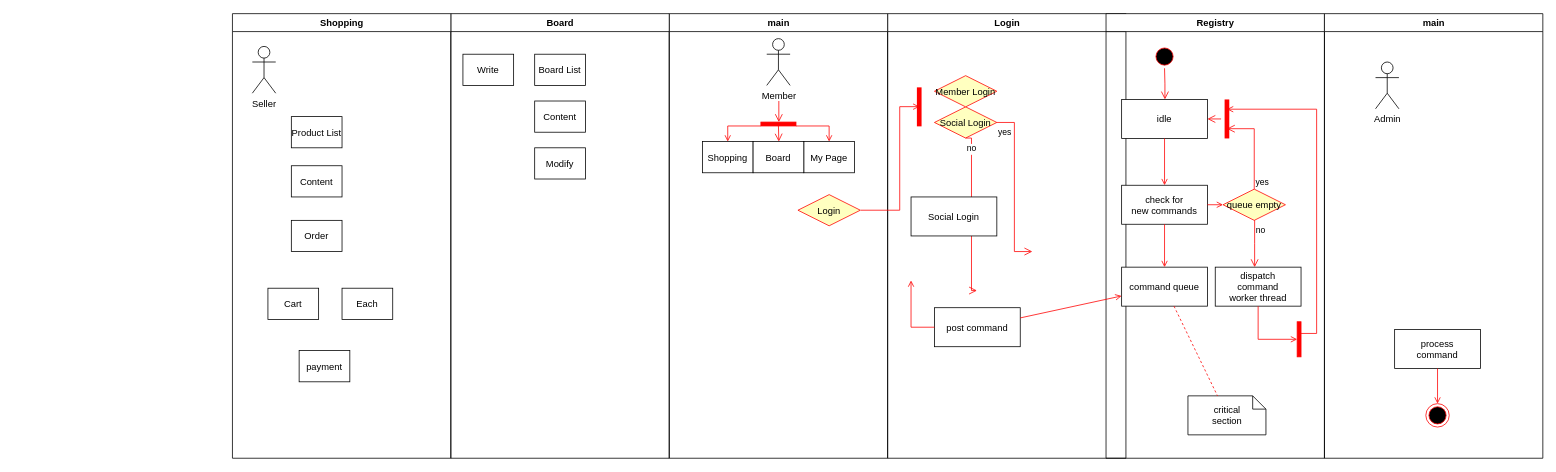
Before: DBWebDev/UML.drawio in roqhdehd502/WebDev, a draw.io diagram. Source tidied: cells renumbered, new cells numbered last; positions are measured from the earlier drawing's top-left corner, leaving out a move shared by most shapes. Both pictures are drawn from the tidied source at 78%, with x=0, y=0 at pixel (232, 13).
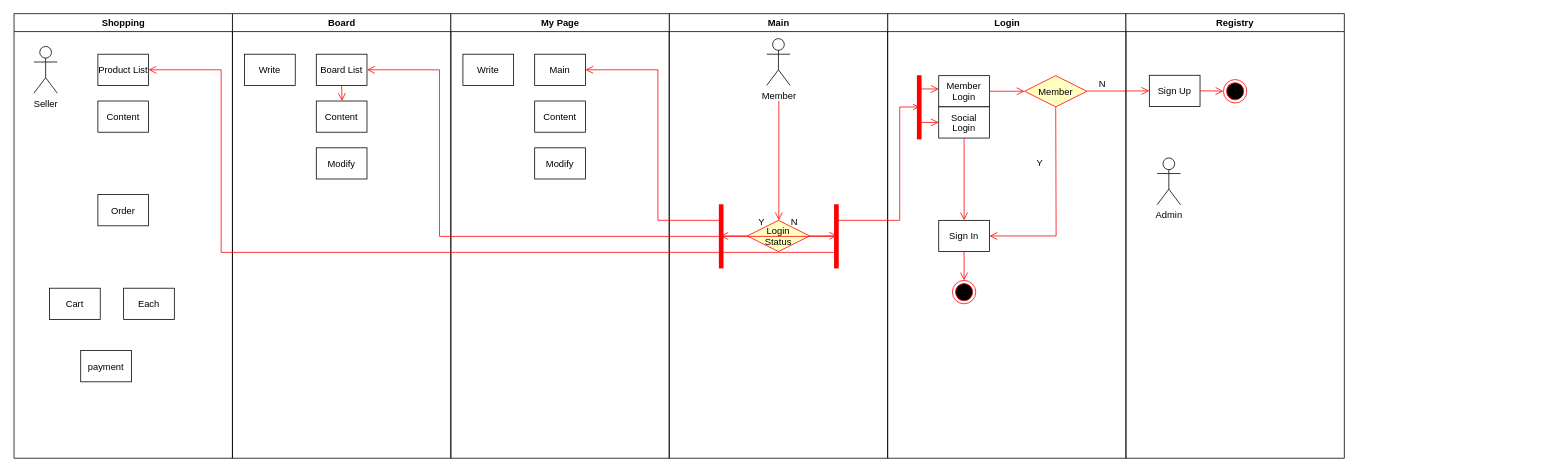
The same diagram, later.

Unchanged cells that the change refers to:
```xml
<mxCell id="2" value="Login" style="swimlane;whiteSpace=wrap;" parent="1" vertex="1">
  <mxGeometry x="840.5" width="305.5" height="570" as="geometry" />
</mxCell>
<mxCell id="49" value="Board List" parent="48" vertex="1">
  <mxGeometry x="107.5" y="52" width="65" height="40" as="geometry" />
</mxCell>
<mxCell id="50" value="Content" parent="48" vertex="1">
  <mxGeometry x="107.5" y="112" width="65" height="40" as="geometry" />
</mxCell>
```

What changed in the source:
```diff
@@
-    <mxCell id="3" value="post command" parent="2" vertex="1">
-      <mxGeometry x="60" y="377" width="110" height="50" as="geometry" />
-    </mxCell>
-    <mxCell id="4" style="edgeStyle=elbowEdgeStyle;elbow=horizontal;strokeColor=#FF0000;endArrow=open;endFill=1;rounded=0;" parent="2" edge="1" source="3">
-      <mxGeometry relative="1" as="geometry">
-        <mxPoint x="30.5" y="342" as="targetPoint" />
-        <Array as="points">
-          <mxPoint x="30" y="302" />
-        </Array>
-      </mxGeometry>
-    </mxCell>
-    <mxCell id="5" value="Social Login" style="rhombus;fillColor=#ffffc0;strokeColor=#ff0000;" parent="2" vertex="1">
-      <mxGeometry x="60" y="119.5" width="80" height="40" as="geometry" />
-    </mxCell>
-    <mxCell id="6" value="no" style="edgeStyle=elbowEdgeStyle;elbow=horizontal;align=left;verticalAlign=top;endArrow=open;endSize=8;strokeColor=#FF0000;endFill=1;rounded=0;exitX=0.5;exitY=1;exitDx=0;exitDy=0;" parent="2" edge="1" source="5">
-      <mxGeometry x="-1" relative="1" as="geometry">
-        <mxPoint x="114.5" y="355" as="targetPoint" />
-      </mxGeometry>
-    </mxCell>
-    <mxCell id="7" value="Member Login" style="rhombus;fillColor=#ffffc0;strokeColor=#ff0000;" parent="2" vertex="1">
-      <mxGeometry x="60" y="79.5" width="80" height="40" as="geometry" />
+    <mxCell id="7" value="Member" style="rhombus;fillColor=#ffffc0;strokeColor=#ff0000;" parent="2" vertex="1">
+      <mxGeometry x="175.5" y="79.5" width="80" height="40" as="geometry" />
     </mxCell>
     <mxCell id="8" style="shape=line;strokeWidth=6;strokeColor=#ff0000;rotation=90;" parent="2" vertex="1">
-      <mxGeometry x="15.5" y="112" width="50" height="15" as="geometry" />
+      <mxGeometry x="-0.6" y="112.6" width="82.2" height="15" as="geometry" />
     </mxCell>
-    <mxCell id="9" value="Social Login" parent="2" vertex="1">
-      <mxGeometry x="30" y="235" width="110" height="50" as="geometry" />
-    </mxCell>
+    <mxCell id="62" value="Member&#10;Login" parent="2" vertex="1">
+      <mxGeometry x="65.5" y="79.5" width="65" height="40" as="geometry" />
+    </mxCell>
+    <mxCell id="63" value="Social&#10;Login" parent="2" vertex="1">
+      <mxGeometry x="65.5" y="119.5" width="65" height="40" as="geometry" />
+    </mxCell>
+    <mxCell id="64" style="edgeStyle=elbowEdgeStyle;elbow=horizontal;verticalAlign=bottom;endArrow=open;endSize=8;strokeColor=#FF0000;endFill=1;rounded=0;entryX=0.001;entryY=0.429;entryDx=0;entryDy=0;entryPerimeter=0;exitX=0.213;exitY=0.527;exitDx=0;exitDy=0;exitPerimeter=0;" parent="2" edge="1" source="8" target="62">
+      <mxGeometry x="71" y="-196" as="geometry">
+        <Array as="points">
+          <mxPoint x="48" y="92" />
+        </Array>
+      </mxGeometry>
+    </mxCell>
+    <mxCell id="65" style="edgeStyle=elbowEdgeStyle;elbow=horizontal;verticalAlign=bottom;endArrow=open;endSize=8;strokeColor=#FF0000;endFill=1;rounded=0;entryX=0;entryY=0.5;entryDx=0;entryDy=0;exitX=0.735;exitY=0.574;exitDx=0;exitDy=0;exitPerimeter=0;" parent="2" edge="1" source="8" target="63">
+      <mxGeometry x="-83.5" y="-314" as="geometry">
+        <Array as="points">
+          <mxPoint x="46" y="132" />
+        </Array>
+      </mxGeometry>
+    </mxCell>
+    <mxCell id="66" style="edgeStyle=elbowEdgeStyle;elbow=horizontal;verticalAlign=bottom;endArrow=open;endSize=8;strokeColor=#FF0000;endFill=1;rounded=0;entryX=0;entryY=0.5;entryDx=0;entryDy=0;exitX=1;exitY=0.5;exitDx=0;exitDy=0;" parent="2" edge="1" source="62" target="7">
+      <mxGeometry x="-83.5" y="-314" as="geometry">
+        <Array as="points">
+          <mxPoint x="165.5" y="112" />
+        </Array>
+      </mxGeometry>
+    </mxCell>
+    <mxCell id="67" style="edgeStyle=elbowEdgeStyle;elbow=horizontal;verticalAlign=bottom;endArrow=open;endSize=8;strokeColor=#FF0000;endFill=1;rounded=0;exitX=1;exitY=0.5;exitDx=0;exitDy=0;" parent="2" edge="1">
+      <mxGeometry x="-123" y="-442.3" as="geometry">
+        <mxPoint x="255.5" y="99.2" as="sourcePoint" />
+        <mxPoint x="335.5" y="99" as="targetPoint" />
+        <Array as="points">
+          <mxPoint x="290.5" y="111.7" />
+        </Array>
+      </mxGeometry>
+    </mxCell>
+    <mxCell id="68" value="Sign In" parent="2" vertex="1">
+      <mxGeometry x="65.5" y="265" width="65" height="40" as="geometry" />
+    </mxCell>
+    <mxCell id="69" style="ellipse;shape=endState;fillColor=#000000;strokeColor=#ff0000;" parent="2" vertex="1">
+      <mxGeometry x="83" y="342" width="30" height="30" as="geometry" />
+    </mxCell>
+    <mxCell id="70" style="edgeStyle=elbowEdgeStyle;elbow=horizontal;verticalAlign=bottom;endArrow=open;endSize=8;strokeColor=#FF0000;endFill=1;rounded=0;entryX=0.5;entryY=0;entryDx=0;entryDy=0;exitX=0.5;exitY=1;exitDx=0;exitDy=0;" parent="2" edge="1" source="68" target="69">
+      <mxGeometry x="-238" y="-432" as="geometry">
+        <Array as="points">
+          <mxPoint x="98" y="322" />
+        </Array>
+      </mxGeometry>
+    </mxCell>
+    <mxCell id="71" style="edgeStyle=elbowEdgeStyle;elbow=horizontal;verticalAlign=bottom;endArrow=open;endSize=8;strokeColor=#FF0000;endFill=1;rounded=0;entryX=0.5;entryY=0;entryDx=0;entryDy=0;exitX=0.5;exitY=1;exitDx=0;exitDy=0;" parent="2" edge="1" source="63" target="68">
+      <mxGeometry x="-238" y="-432" as="geometry">
+        <Array as="points">
+          <mxPoint x="98" y="212" />
+        </Array>
+      </mxGeometry>
+    </mxCell>
+    <mxCell id="72" style="edgeStyle=elbowEdgeStyle;elbow=horizontal;verticalAlign=bottom;endArrow=open;endSize=8;strokeColor=#FF0000;endFill=1;rounded=0;entryX=1;entryY=0.5;entryDx=0;entryDy=0;exitX=0.5;exitY=1;exitDx=0;exitDy=0;" parent="2" edge="1" source="7" target="68">
+      <mxGeometry x="-392.5" y="-550" as="geometry">
+        <Array as="points">
+          <mxPoint x="216" y="202" />
+        </Array>
+      </mxGeometry>
+    </mxCell>
+    <mxCell id="73" value="N" style="text;html=1;strokeColor=none;fillColor=none;align=center;verticalAlign=middle;whiteSpace=wrap;rounded=0;" parent="2" vertex="1">
+      <mxGeometry x="255.5" y="79.5" width="40" height="20" as="geometry" />
+    </mxCell>
+    <mxCell id="74" value="Y" style="text;html=1;strokeColor=none;fillColor=none;align=center;verticalAlign=middle;whiteSpace=wrap;rounded=0;" parent="2" vertex="1">
+      <mxGeometry x="175.5" y="182" width="40" height="20" as="geometry" />
+    </mxCell>
     <mxCell id="10" value="Registry" style="swimlane;whiteSpace=wrap;" parent="1" vertex="1">
-      <mxGeometry x="1120.5" width="280" height="570" as="geometry" />
+      <mxGeometry x="1146" width="280" height="570" as="geometry" />
     </mxCell>
-    <mxCell id="11" style="ellipse;shape=startState;fillColor=#000000;strokeColor=#ff0000;" parent="10" vertex="1">
-      <mxGeometry x="60" y="40" width="30" height="30" as="geometry" />
-    </mxCell>
-    <mxCell id="12" style="edgeStyle=elbowEdgeStyle;elbow=horizontal;verticalAlign=bottom;endArrow=open;endSize=8;strokeColor=#FF0000;endFill=1;rounded=0;" parent="10" edge="1" source="11" target="13">
-      <mxGeometry x="40" y="20" as="geometry" />
-    </mxCell>
-    <mxCell id="13" value="idle" parent="10" vertex="1">
-      <mxGeometry x="20" y="110" width="110" height="50" as="geometry" />
-    </mxCell>
-    <mxCell id="14" value="check for &#10;new commands" parent="10" vertex="1">
-      <mxGeometry x="20" y="220" width="110" height="50" as="geometry" />
-    </mxCell>
-    <mxCell id="15" style="endArrow=open;strokeColor=#FF0000;endFill=1;rounded=0;" parent="10" edge="1" source="13" target="14">
-      <mxGeometry relative="1" as="geometry" />
-    </mxCell>
-    <mxCell id="16" value="command queue" parent="10" vertex="1">
-      <mxGeometry x="20" y="325" width="110" height="50" as="geometry" />
-    </mxCell>
-    <mxCell id="17" style="endArrow=open;strokeColor=#FF0000;endFill=1;rounded=0;" parent="10" edge="1" source="14" target="16">
-      <mxGeometry relative="1" as="geometry" />
-    </mxCell>
-    <mxCell id="18" value="queue empty" style="rhombus;fillColor=#ffffc0;strokeColor=#ff0000;" parent="10" vertex="1">
-      <mxGeometry x="150" y="225" width="80" height="40" as="geometry" />
-    </mxCell>
-    <mxCell id="19" value="yes" style="edgeStyle=elbowEdgeStyle;elbow=horizontal;align=left;verticalAlign=bottom;endArrow=open;endSize=8;strokeColor=#FF0000;exitX=0.5;exitY=0;endFill=1;rounded=0;entryX=0.75;entryY=0.5;entryPerimeter=0;" parent="10" edge="1" source="18" target="22">
-      <mxGeometry x="-1" relative="1" as="geometry">
-        <Array as="points">
-          <mxPoint x="190" y="180" />
-        </Array>
-      </mxGeometry>
-    </mxCell>
-    <mxCell id="20" value="no" style="edgeStyle=elbowEdgeStyle;elbow=horizontal;align=left;verticalAlign=top;endArrow=open;endSize=8;strokeColor=#FF0000;endFill=1;rounded=0;" parent="10" edge="1" source="18" target="24">
-      <mxGeometry x="-1" relative="1" as="geometry" />
-    </mxCell>
-    <mxCell id="21" style="endArrow=open;strokeColor=#FF0000;endFill=1;rounded=0;" parent="10" edge="1" source="14" target="18">
-      <mxGeometry relative="1" as="geometry" />
-    </mxCell>
-    <mxCell id="22" style="shape=line;strokeWidth=6;strokeColor=#ff0000;rotation=90;" parent="10" vertex="1">
-      <mxGeometry x="130" y="127.5" width="50" height="15" as="geometry" />
-    </mxCell>
-    <mxCell id="23" style="edgeStyle=elbowEdgeStyle;elbow=horizontal;verticalAlign=bottom;endArrow=open;endSize=8;strokeColor=#FF0000;endFill=1;rounded=0;" parent="10" edge="1" source="22" target="13">
-      <mxGeometry x="130" y="90" as="geometry" />
-    </mxCell>
-    <mxCell id="24" value="dispatch&#10;command&#10;worker thread" parent="10" vertex="1">
-      <mxGeometry x="140" y="325" width="110" height="50" as="geometry" />
-    </mxCell>
-    <mxCell id="25" value="critical&#10;section" style="shape=note;whiteSpace=wrap;size=17;" parent="10" vertex="1">
-      <mxGeometry x="105" y="490" width="100" height="50" as="geometry" />
-    </mxCell>
-    <mxCell id="26" style="endArrow=none;strokeColor=#FF0000;endFill=0;rounded=0;dashed=1;" parent="10" edge="1" source="16" target="25">
-      <mxGeometry relative="1" as="geometry" />
-    </mxCell>
-    <mxCell id="27" style="whiteSpace=wrap;strokeColor=#FF0000;fillColor=#FF0000;" parent="10" vertex="1">
-      <mxGeometry x="245" y="395" width="5" height="45" as="geometry" />
-    </mxCell>
-    <mxCell id="28" style="edgeStyle=elbowEdgeStyle;elbow=horizontal;entryX=0;entryY=0.5;strokeColor=#FF0000;endArrow=open;endFill=1;rounded=0;" parent="10" edge="1" source="24" target="27">
-      <mxGeometry relative="1" as="geometry">
-        <Array as="points">
-          <mxPoint x="195" y="400" />
-        </Array>
-      </mxGeometry>
-    </mxCell>
-    <mxCell id="29" value="main" style="swimlane;whiteSpace=wrap;" parent="1" vertex="1">
-      <mxGeometry x="1400.5" width="280" height="570" as="geometry" />
-    </mxCell>
-    <mxCell id="30" value="process&#10;command" parent="29" vertex="1">
-      <mxGeometry x="90" y="405" width="110" height="50" as="geometry" />
-    </mxCell>
-    <mxCell id="31" style="edgeStyle=elbowEdgeStyle;elbow=horizontal;strokeColor=#FF0000;endArrow=open;endFill=1;rounded=0;entryX=0.25;entryY=0.5;entryPerimeter=0;" parent="29" edge="1" target="22">
-      <mxGeometry relative="1" as="geometry">
-        <mxPoint x="-30" y="410" as="sourcePoint" />
-        <Array as="points">
-          <mxPoint x="-10" y="135" />
-        </Array>
-      </mxGeometry>
-    </mxCell>
+    <mxCell id="75" value="Sign Up" parent="10" vertex="1">
+      <mxGeometry x="30" y="79" width="65" height="40" as="geometry" />
+    </mxCell>
-    <mxCell id="32" style="ellipse;shape=endState;fillColor=#000000;strokeColor=#ff0000;" parent="29" vertex="1">
-      <mxGeometry x="130" y="500" width="30" height="30" as="geometry" />
+    <mxCell id="32" style="ellipse;shape=endState;fillColor=#000000;strokeColor=#ff0000;" parent="10" vertex="1">
+      <mxGeometry x="125" y="84.5" width="30" height="30" as="geometry" />
     </mxCell>
-    <mxCell id="33" style="endArrow=open;strokeColor=#FF0000;endFill=1;rounded=0;" parent="29" edge="1" source="30" target="32">
-      <mxGeometry relative="1" as="geometry" />
-    </mxCell>
+    <mxCell id="76" style="edgeStyle=elbowEdgeStyle;elbow=horizontal;verticalAlign=bottom;endArrow=open;endSize=8;strokeColor=#FF0000;endFill=1;rounded=0;entryX=0;entryY=0.5;entryDx=0;entryDy=0;exitX=1;exitY=0.5;exitDx=0;exitDy=0;" parent="10" edge="1" source="75" target="32">
+      <mxGeometry x="-583" y="-560.3" as="geometry">
+        <Array as="points">
+          <mxPoint x="110" y="100" />
+        </Array>
+      </mxGeometry>
+    </mxCell>
-    <mxCell id="34" value="Admin" style="shape=umlActor;verticalLabelPosition=bottom;verticalAlign=top;html=1;" parent="29" vertex="1">
-      <mxGeometry x="65.5" y="62" width="30" height="60" as="geometry" />
+    <mxCell id="34" value="Admin" style="shape=umlActor;verticalLabelPosition=bottom;verticalAlign=top;html=1;" parent="10" vertex="1">
+      <mxGeometry x="40" y="185" width="30" height="60" as="geometry" />
     </mxCell>
-    <mxCell id="35" style="endArrow=open;strokeColor=#FF0000;endFill=1;rounded=0;" parent="1" edge="1" source="3" target="16">
-      <mxGeometry relative="1" as="geometry" />
-    </mxCell>
-    <mxCell id="36" value="yes" style="edgeStyle=elbowEdgeStyle;elbow=horizontal;align=left;verticalAlign=top;endArrow=open;endSize=8;strokeColor=#FF0000;endFill=1;rounded=0;exitX=1;exitY=0.5;exitDx=0;exitDy=0;" parent="1" edge="1" source="5">
-      <mxGeometry x="-1" relative="1" as="geometry">
-        <mxPoint x="1026" y="305" as="targetPoint" />
-      </mxGeometry>
-    </mxCell>
-    <mxCell id="37" value="main" style="swimlane;whiteSpace=wrap;" parent="1" vertex="1">
+    <mxCell id="37" value="Main" style="swimlane;whiteSpace=wrap;" parent="1" vertex="1">
       <mxGeometry x="560.5" width="280" height="570" as="geometry" />
     </mxCell>
@@
-    <mxCell id="39" value="Shopping" parent="37" vertex="1">
-      <mxGeometry x="42.5" y="164" width="65" height="40" as="geometry" />
-    </mxCell>
-    <mxCell id="40" value="My Page" parent="37" vertex="1">
-      <mxGeometry x="172.5" y="164" width="65" height="40" as="geometry" />
-    </mxCell>
-    <mxCell id="41" value="Board" parent="37" vertex="1">
-      <mxGeometry x="107.5" y="164" width="65" height="40" as="geometry" />
-    </mxCell>
-    <mxCell id="42" style="whiteSpace=wrap;strokeColor=#FF0000;fillColor=#FF0000;rotation=90;" parent="37" vertex="1">
-      <mxGeometry x="137.5" y="119" width="5" height="45" as="geometry" />
-    </mxCell>
-    <mxCell id="43" style="edgeStyle=elbowEdgeStyle;elbow=horizontal;verticalAlign=bottom;endArrow=open;endSize=8;strokeColor=#FF0000;endFill=1;rounded=0;entryX=0;entryY=0.5;entryDx=0;entryDy=0;" parent="37" edge="1" target="42">
+    <mxCell id="43" style="edgeStyle=elbowEdgeStyle;elbow=horizontal;verticalAlign=bottom;endArrow=open;endSize=8;strokeColor=#FF0000;endFill=1;rounded=0;entryX=0.5;entryY=0;entryDx=0;entryDy=0;" parent="37" edge="1" target="47">
       <mxGeometry x="225.5" y="-78" as="geometry">
         <mxPoint x="140.5" y="112" as="sourcePoint" />
       </mxGeometry>
     </mxCell>
-    <mxCell id="44" style="edgeStyle=elbowEdgeStyle;elbow=horizontal;strokeColor=#FF0000;endArrow=open;endFill=1;rounded=0;exitX=1;exitY=1;exitDx=0;exitDy=0;entryX=0.5;entryY=0;entryDx=0;entryDy=0;" parent="37" edge="1" source="42" target="39">
-      <mxGeometry relative="1" as="geometry">
-        <Array as="points">
-          <mxPoint x="75" y="144" />
-        </Array>
-      </mxGeometry>
-    </mxCell>
-    <mxCell id="45" style="edgeStyle=elbowEdgeStyle;elbow=horizontal;strokeColor=#FF0000;endArrow=open;endFill=1;rounded=0;exitX=1;exitY=0;exitDx=0;exitDy=0;entryX=0.5;entryY=0;entryDx=0;entryDy=0;" parent="37" edge="1" source="42" target="40">
-      <mxGeometry relative="1" as="geometry">
-        <Array as="points">
-          <mxPoint x="205" y="144" />
-        </Array>
-      </mxGeometry>
-    </mxCell>
-    <mxCell id="46" style="edgeStyle=elbowEdgeStyle;elbow=horizontal;verticalAlign=bottom;endArrow=open;endSize=8;strokeColor=#FF0000;endFill=1;rounded=0;exitX=1;exitY=0.5;exitDx=0;exitDy=0;entryX=0.5;entryY=0;entryDx=0;entryDy=0;" parent="37" edge="1" source="42" target="41">
-      <mxGeometry x="225.5" y="-78" as="geometry" />
-    </mxCell>
-    <mxCell id="47" value="Login" style="rhombus;fillColor=#ffffc0;strokeColor=#ff0000;" parent="37" vertex="1">
-      <mxGeometry x="165" y="232" width="80" height="40" as="geometry" />
+    <mxCell id="47" value="Login&#10;Status" style="rhombus;fillColor=#ffffc0;strokeColor=#ff0000;" parent="37" vertex="1">
+      <mxGeometry x="100" y="265" width="80" height="40" as="geometry" />
     </mxCell>
+    <mxCell id="77" value="N" style="text;html=1;strokeColor=none;fillColor=none;align=center;verticalAlign=middle;whiteSpace=wrap;rounded=0;" parent="37" vertex="1">
+      <mxGeometry x="140" y="258" width="40" height="20" as="geometry" />
+    </mxCell>
+    <mxCell id="78" value="Y" style="text;html=1;strokeColor=none;fillColor=none;align=center;verticalAlign=middle;whiteSpace=wrap;rounded=0;" parent="37" vertex="1">
+      <mxGeometry x="98.9" y="258" width="40" height="20" as="geometry" />
+    </mxCell>
+    <mxCell id="79" style="shape=line;strokeWidth=6;strokeColor=#ff0000;rotation=-90;" parent="37" vertex="1">
+      <mxGeometry x="25.5" y="278" width="82.2" height="15" as="geometry" />
+    </mxCell>
+    <mxCell id="80" style="shape=line;strokeWidth=6;strokeColor=#ff0000;rotation=-90;" parent="37" vertex="1">
+      <mxGeometry x="173.2" y="278" width="82.2" height="15" as="geometry" />
+    </mxCell>
+    <mxCell id="81" style="edgeStyle=elbowEdgeStyle;elbow=horizontal;verticalAlign=bottom;endArrow=open;endSize=8;strokeColor=#FF0000;endFill=1;rounded=0;exitX=1;exitY=0.5;exitDx=0;exitDy=0;entryX=0.511;entryY=0.571;entryDx=0;entryDy=0;entryPerimeter=0;" parent="37" edge="1" source="47" target="80">
+      <mxGeometry x="351" y="-196" as="geometry" />
+    </mxCell>
+    <mxCell id="82" style="edgeStyle=elbowEdgeStyle;elbow=horizontal;verticalAlign=bottom;endArrow=open;endSize=8;strokeColor=#FF0000;endFill=1;rounded=0;exitX=0;exitY=0.5;exitDx=0;exitDy=0;entryX=0.506;entryY=0.425;entryDx=0;entryDy=0;entryPerimeter=0;" parent="37" edge="1" source="47" target="79">
+      <mxGeometry x="476.5" y="-314" as="geometry" />
+    </mxCell>
     <mxCell id="48" value="Board" style="swimlane;whiteSpace=wrap;startSize=23;" parent="1" vertex="1">
-      <mxGeometry x="280.5" width="280" height="570" as="geometry" />
+      <mxGeometry x="0.5" width="280" height="570" as="geometry" />
     </mxCell>
@@
+    <mxCell id="83" style="edgeStyle=elbowEdgeStyle;elbow=horizontal;verticalAlign=bottom;endArrow=open;endSize=8;strokeColor=#FF0000;endFill=1;rounded=0;entryX=0.5;entryY=0;entryDx=0;entryDy=0;exitX=0.5;exitY=1;exitDx=0;exitDy=0;" parent="48" edge="1" source="49" target="50">
+      <mxGeometry x="911" y="-196" as="geometry" />
+    </mxCell>
     <mxCell id="53" value="Shopping" style="swimlane;whiteSpace=wrap;startSize=23;" parent="1" vertex="1">
-      <mxGeometry x="0.5" width="280" height="570" as="geometry" />
+      <mxGeometry x="-279.5" width="280" height="570" as="geometry" />
     </mxCell>
     <mxCell id="54" value="Product List" parent="53" vertex="1">
-      <mxGeometry x="75.5" y="132" width="65" height="40" as="geometry" />
+      <mxGeometry x="107.5" y="52" width="65" height="40" as="geometry" />
     </mxCell>
     <mxCell id="55" value="Content" parent="53" vertex="1">
-      <mxGeometry x="75.5" y="195" width="65" height="40" as="geometry" />
+      <mxGeometry x="107.5" y="112" width="65" height="40" as="geometry" />
     </mxCell>
     <mxCell id="56" value="Order" parent="53" vertex="1">
-      <mxGeometry x="75.5" y="265" width="65" height="40" as="geometry" />
+      <mxGeometry x="107.5" y="232" width="65" height="40" as="geometry" />
     </mxCell>
@@
-    <mxCell id="61" style="edgeStyle=elbowEdgeStyle;elbow=horizontal;strokeColor=#FF0000;endArrow=open;endFill=1;rounded=0;entryX=0.495;entryY=0.482;entryDx=0;entryDy=0;entryPerimeter=0;" parent="1" edge="1" target="8">
+    <mxCell id="61" style="edgeStyle=elbowEdgeStyle;elbow=horizontal;strokeColor=#FF0000;endArrow=open;endFill=1;rounded=0;entryX=0.495;entryY=0.482;entryDx=0;entryDy=0;entryPerimeter=0;exitX=0.75;exitY=0.5;exitDx=0;exitDy=0;exitPerimeter=0;" parent="1" edge="1" source="80" target="8">
       <mxGeometry relative="1" as="geometry">
-        <mxPoint x="806" y="252" as="sourcePoint" />
         <Array as="points">
           <mxPoint x="856" y="192" />
         </Array>
       </mxGeometry>
     </mxCell>
+    <mxCell id="40" value="My Page" style="swimlane;whiteSpace=wrap;startSize=23;" parent="1" vertex="1">
+      <mxGeometry x="280.5" width="280" height="570" as="geometry" />
+    </mxCell>
+    <mxCell id="84" value="Main" parent="40" vertex="1">
+      <mxGeometry x="107.5" y="52" width="65" height="40" as="geometry" />
+    </mxCell>
+    <mxCell id="85" value="Content" parent="40" vertex="1">
+      <mxGeometry x="107.5" y="112" width="65" height="40" as="geometry" />
+    </mxCell>
+    <mxCell id="86" value="Write" parent="40" vertex="1">
+      <mxGeometry x="15.5" y="52" width="65" height="40" as="geometry" />
+    </mxCell>
+    <mxCell id="87" value="Modify" parent="40" vertex="1">
+      <mxGeometry x="107.5" y="172" width="65" height="40" as="geometry" />
+    </mxCell>
+    <mxCell id="88" style="edgeStyle=elbowEdgeStyle;elbow=horizontal;verticalAlign=bottom;endArrow=open;endSize=8;strokeColor=#FF0000;endFill=1;rounded=0;entryX=1;entryY=0.5;entryDx=0;entryDy=0;exitX=0.75;exitY=0.5;exitDx=0;exitDy=0;exitPerimeter=0;" parent="1" edge="1" source="79" target="84">
+      <mxGeometry x="361" y="-186" as="geometry">
+        <Array as="points">
+          <mxPoint x="546" y="182" />
+        </Array>
+      </mxGeometry>
+    </mxCell>
+    <mxCell id="89" style="edgeStyle=elbowEdgeStyle;elbow=horizontal;verticalAlign=bottom;endArrow=open;endSize=8;strokeColor=#FF0000;endFill=1;rounded=0;entryX=1;entryY=0.5;entryDx=0;entryDy=0;exitX=0.499;exitY=0.531;exitDx=0;exitDy=0;exitPerimeter=0;" parent="1" edge="1" source="80" target="49">
+      <mxGeometry x="371" y="-176" as="geometry">
+        <Array as="points">
+          <mxPoint x="266" y="242" />
+          <mxPoint x="196" y="342" />
+          <mxPoint x="746" y="342" />
+          <mxPoint x="796" y="382" />
+          <mxPoint x="816" y="382" />
+        </Array>
+      </mxGeometry>
+    </mxCell>
+    <mxCell id="90" style="edgeStyle=elbowEdgeStyle;elbow=horizontal;verticalAlign=bottom;endArrow=open;endSize=8;strokeColor=#FF0000;endFill=1;rounded=0;entryX=1;entryY=0.5;entryDx=0;entryDy=0;exitX=0.25;exitY=0.5;exitDx=0;exitDy=0;exitPerimeter=0;" parent="1" edge="1" source="80" target="54">
+      <mxGeometry x="381" y="-166" as="geometry">
+        <Array as="points">
+          <mxPoint x="-14" y="252" />
+          <mxPoint x="-24" y="342" />
+          <mxPoint x="756" y="352" />
+          <mxPoint x="806" y="392" />
+          <mxPoint x="826" y="392" />
+        </Array>
+      </mxGeometry>
+    </mxCell>
```
